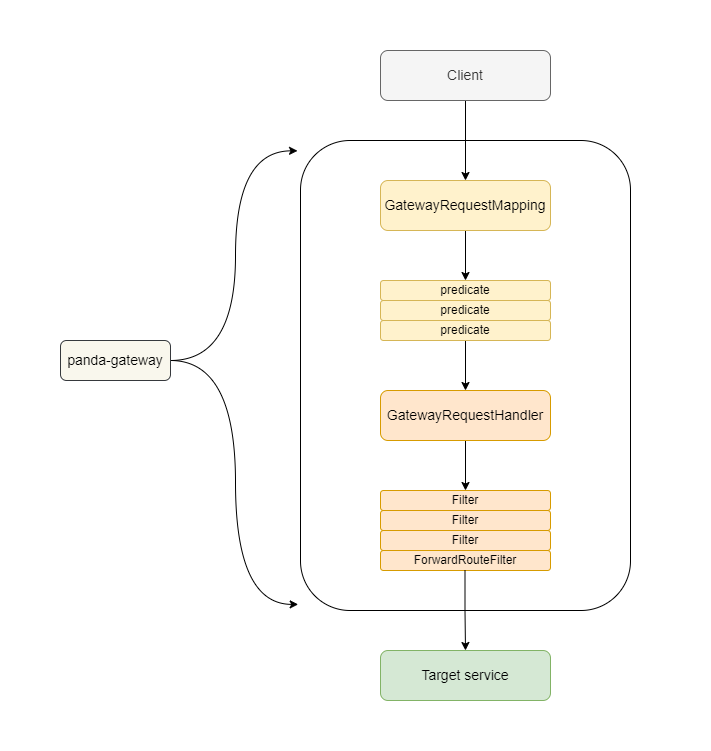
Earlier version of the draw.io export docs/images/panda-gateway-logic.png (lzhpo/panda-gateway). Source tidied: cells renumbered, new cells last; positions are measured from the earlier drawing's top-left corner, leaving out a move shared by most shapes. The source it was exported from:
```xml
<mxGraphModel background="#ffffff">
  <root>
    <mxCell id="0" />
    <mxCell id="1" parent="0" />
    <mxCell id="2" style="rounded=0;whiteSpace=wrap;html=1;strokeColor=none;" parent="1" vertex="1">
      <mxGeometry width="710" height="750" as="geometry" />
    </mxCell>
    <mxCell id="3" style="rounded=1;whiteSpace=wrap;html=1;" parent="1" vertex="1">
      <mxGeometry x="300" y="140" width="330" height="470" as="geometry" />
    </mxCell>
    <mxCell id="4" style="edgeStyle=orthogonalEdgeStyle;rounded=1;jettySize=auto;html=1;entryX=0.5;entryY=0;entryDx=0;entryDy=0;fontSize=14;curved=1;" parent="1" edge="1" source="5" target="12">
      <mxGeometry relative="1" as="geometry" />
    </mxCell>
    <mxCell id="5" value="&lt;font style=&quot;font-size: 14px;&quot;&gt;GatewayRequestMapping&lt;br&gt;&lt;/font&gt;" style="rounded=1;whiteSpace=wrap;html=1;fillColor=#fff2cc;strokeColor=#d6b656;" parent="1" vertex="1">
      <mxGeometry x="380" y="180" width="170" height="50" as="geometry" />
    </mxCell>
    <mxCell id="6" style="edgeStyle=orthogonalEdgeStyle;rounded=1;jettySize=auto;html=1;entryX=0.5;entryY=0;entryDx=0;entryDy=0;fontSize=14;curved=1;" parent="1" edge="1" source="7" target="8">
      <mxGeometry relative="1" as="geometry" />
    </mxCell>
    <mxCell id="7" value="&lt;font style=&quot;font-size: 14px;&quot;&gt;GatewayRequestHandler&lt;/font&gt;" style="rounded=1;whiteSpace=wrap;html=1;fillColor=#ffe6cc;strokeColor=#d79b00;" parent="1" vertex="1">
      <mxGeometry x="380" y="390" width="170" height="50" as="geometry" />
    </mxCell>
    <mxCell id="8" value="Filter" style="rounded=1;whiteSpace=wrap;html=1;fillColor=#ffe6cc;strokeColor=#d79b00;" parent="1" vertex="1">
      <mxGeometry x="380" y="490" width="170" height="20" as="geometry" />
    </mxCell>
    <mxCell id="9" value="Filter" style="rounded=1;whiteSpace=wrap;html=1;fillColor=#ffe6cc;strokeColor=#d79b00;" parent="1" vertex="1">
      <mxGeometry x="380" y="510" width="170" height="20" as="geometry" />
    </mxCell>
    <mxCell id="10" value="Filter" style="rounded=1;whiteSpace=wrap;html=1;fillColor=#ffe6cc;strokeColor=#d79b00;" parent="1" vertex="1">
      <mxGeometry x="380" y="530" width="170" height="20" as="geometry" />
    </mxCell>
    <mxCell id="11" value="ForwardRouteFilter" style="rounded=1;whiteSpace=wrap;html=1;fillColor=#ffe6cc;strokeColor=#d79b00;" parent="1" vertex="1">
      <mxGeometry x="380" y="550" width="170" height="20" as="geometry" />
    </mxCell>
    <mxCell id="12" value="predicate" style="rounded=1;whiteSpace=wrap;html=1;fillColor=#fff2cc;strokeColor=#d6b656;" parent="1" vertex="1">
      <mxGeometry x="380" y="280" width="170" height="20" as="geometry" />
    </mxCell>
    <mxCell id="13" value="predicate" style="rounded=1;whiteSpace=wrap;html=1;fillColor=#fff2cc;strokeColor=#d6b656;" parent="1" vertex="1">
      <mxGeometry x="380" y="300" width="170" height="20" as="geometry" />
    </mxCell>
    <mxCell id="14" style="edgeStyle=orthogonalEdgeStyle;rounded=1;jettySize=auto;html=1;fontSize=14;curved=1;" parent="1" edge="1" source="15" target="7">
      <mxGeometry relative="1" as="geometry" />
    </mxCell>
    <mxCell id="15" value="predicate" style="rounded=1;whiteSpace=wrap;html=1;fillColor=#fff2cc;strokeColor=#d6b656;" parent="1" vertex="1">
      <mxGeometry x="380" y="320" width="170" height="20" as="geometry" />
    </mxCell>
    <mxCell id="16" value="&lt;font style=&quot;font-size: 14px;&quot;&gt;Target service&lt;/font&gt;" style="rounded=1;whiteSpace=wrap;html=1;fillColor=#d5e8d4;strokeColor=#82b366;" parent="1" vertex="1">
      <mxGeometry x="380" y="650" width="170" height="50" as="geometry" />
    </mxCell>
    <mxCell id="17" style="edgeStyle=orthogonalEdgeStyle;rounded=1;jettySize=auto;html=1;entryX=0.5;entryY=0;entryDx=0;entryDy=0;fontSize=14;curved=1;" parent="1" edge="1" target="16">
      <mxGeometry relative="1" as="geometry">
        <mxPoint x="464.5" y="570" as="sourcePoint" />
      </mxGeometry>
    </mxCell>
    <mxCell id="18" style="edgeStyle=orthogonalEdgeStyle;rounded=1;jettySize=auto;html=1;fontSize=14;curved=1;" parent="1" edge="1" source="19" target="5">
      <mxGeometry relative="1" as="geometry" />
    </mxCell>
    <mxCell id="19" value="&lt;span style=&quot;font-size: 14px;&quot;&gt;Client&lt;/span&gt;" style="rounded=1;whiteSpace=wrap;html=1;fillColor=#f5f5f5;strokeColor=#666666;fontColor=#333333;" parent="1" vertex="1">
      <mxGeometry x="380" y="50" width="170" height="50" as="geometry" />
    </mxCell>
    <mxCell id="20" style="edgeStyle=orthogonalEdgeStyle;rounded=1;jettySize=auto;html=1;entryX=-0.009;entryY=0.022;entryDx=0;entryDy=0;entryPerimeter=0;fontSize=14;curved=1;" parent="1" edge="1" source="22" target="3">
      <mxGeometry relative="1" as="geometry" />
    </mxCell>
    <mxCell id="21" style="edgeStyle=orthogonalEdgeStyle;rounded=1;jettySize=auto;html=1;entryX=-0.007;entryY=0.987;entryDx=0;entryDy=0;entryPerimeter=0;fontSize=14;curved=1;" parent="1" edge="1" source="22" target="3">
      <mxGeometry relative="1" as="geometry" />
    </mxCell>
    <mxCell id="22" value="&lt;font style=&quot;font-size: 14px;&quot;&gt;panda-gateway&lt;/font&gt;" style="text;html=1;align=center;verticalAlign=middle;whiteSpace=wrap;rounded=1;fontSize=14;fillColor=#f9f7ed;strokeColor=#36393d;" parent="1" vertex="1">
      <mxGeometry x="60" y="340" width="110" height="40" as="geometry" />
    </mxCell>
  </root>
</mxGraphModel>
```
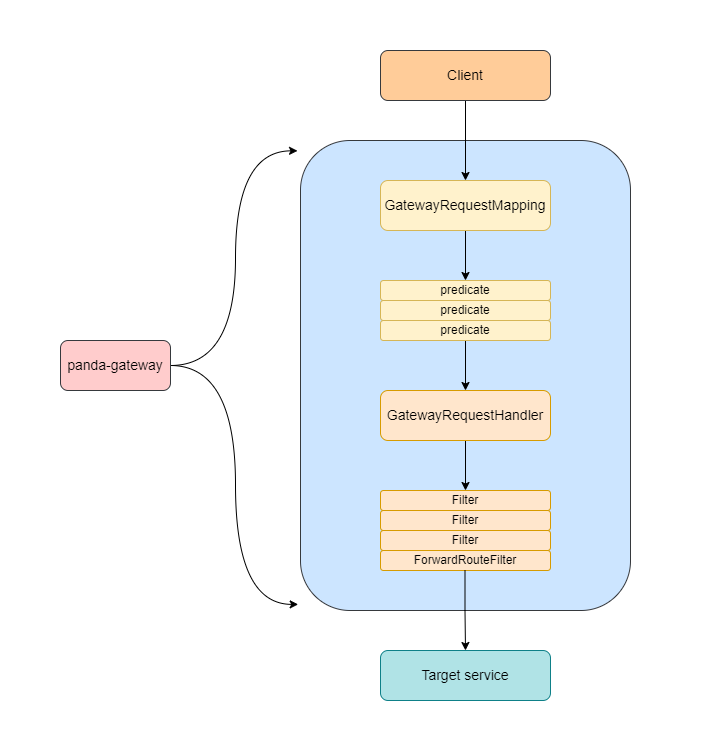
Later version of the same file.

Diff of the diagram source:
```diff
@@ -5,7 +5,7 @@
     <mxCell id="2" style="rounded=0;whiteSpace=wrap;html=1;strokeColor=none;" parent="1" vertex="1">
       <mxGeometry width="710" height="750" as="geometry" />
     </mxCell>
-    <mxCell id="3" style="rounded=1;whiteSpace=wrap;html=1;" parent="1" vertex="1">
+    <mxCell id="3" style="rounded=1;whiteSpace=wrap;html=1;fillColor=#cce5ff;strokeColor=#36393d;" parent="1" vertex="1">
       <mxGeometry x="300" y="140" width="330" height="470" as="geometry" />
     </mxCell>
     <mxCell id="4" style="edgeStyle=orthogonalEdgeStyle;rounded=1;jettySize=auto;html=1;entryX=0.5;entryY=0;entryDx=0;entryDy=0;fontSize=14;curved=1;" parent="1" edge="1" source="5" target="12">
@@ -44,7 +44,7 @@
     <mxCell id="15" value="predicate" style="rounded=1;whiteSpace=wrap;html=1;fillColor=#fff2cc;strokeColor=#d6b656;" parent="1" vertex="1">
       <mxGeometry x="380" y="320" width="170" height="20" as="geometry" />
     </mxCell>
-    <mxCell id="16" value="&lt;font style=&quot;font-size: 14px;&quot;&gt;Target service&lt;/font&gt;" style="rounded=1;whiteSpace=wrap;html=1;fillColor=#d5e8d4;strokeColor=#82b366;" parent="1" vertex="1">
+    <mxCell id="16" value="&lt;font style=&quot;font-size: 14px;&quot;&gt;Target service&lt;/font&gt;" style="rounded=1;whiteSpace=wrap;html=1;fillColor=#b0e3e6;strokeColor=#0e8088;" parent="1" vertex="1">
       <mxGeometry x="380" y="650" width="170" height="50" as="geometry" />
     </mxCell>
     <mxCell id="17" style="edgeStyle=orthogonalEdgeStyle;rounded=1;jettySize=auto;html=1;entryX=0.5;entryY=0;entryDx=0;entryDy=0;fontSize=14;curved=1;" parent="1" edge="1" target="16">
@@ -55,7 +55,7 @@
     <mxCell id="18" style="edgeStyle=orthogonalEdgeStyle;rounded=1;jettySize=auto;html=1;fontSize=14;curved=1;" parent="1" edge="1" source="19" target="5">
       <mxGeometry relative="1" as="geometry" />
     </mxCell>
-    <mxCell id="19" value="&lt;span style=&quot;font-size: 14px;&quot;&gt;Client&lt;/span&gt;" style="rounded=1;whiteSpace=wrap;html=1;fillColor=#f5f5f5;strokeColor=#666666;fontColor=#333333;" parent="1" vertex="1">
+    <mxCell id="19" value="&lt;span style=&quot;font-size: 14px;&quot;&gt;Client&lt;/span&gt;" style="rounded=1;whiteSpace=wrap;html=1;fillColor=#ffcc99;strokeColor=#36393d;" parent="1" vertex="1">
       <mxGeometry x="380" y="50" width="170" height="50" as="geometry" />
     </mxCell>
     <mxCell id="20" style="edgeStyle=orthogonalEdgeStyle;rounded=1;jettySize=auto;html=1;entryX=-0.009;entryY=0.022;entryDx=0;entryDy=0;entryPerimeter=0;fontSize=14;curved=1;" parent="1" edge="1" source="22" target="3">
@@ -64,8 +64,8 @@
     <mxCell id="21" style="edgeStyle=orthogonalEdgeStyle;rounded=1;jettySize=auto;html=1;entryX=-0.007;entryY=0.987;entryDx=0;entryDy=0;entryPerimeter=0;fontSize=14;curved=1;" parent="1" edge="1" source="22" target="3">
       <mxGeometry relative="1" as="geometry" />
     </mxCell>
-    <mxCell id="22" value="&lt;font style=&quot;font-size: 14px;&quot;&gt;panda-gateway&lt;/font&gt;" style="text;html=1;align=center;verticalAlign=middle;whiteSpace=wrap;rounded=1;fontSize=14;fillColor=#f9f7ed;strokeColor=#36393d;" parent="1" vertex="1">
-      <mxGeometry x="60" y="340" width="110" height="40" as="geometry" />
+    <mxCell id="22" value="&lt;font style=&quot;font-size: 14px;&quot;&gt;panda-gateway&lt;/font&gt;" style="text;html=1;align=center;verticalAlign=middle;whiteSpace=wrap;rounded=1;fontSize=14;fillColor=#ffcccc;strokeColor=#36393d;" parent="1" vertex="1">
+      <mxGeometry x="60" y="340" width="110" height="50" as="geometry" />
     </mxCell>
   </root>
 </mxGraphModel>
```
